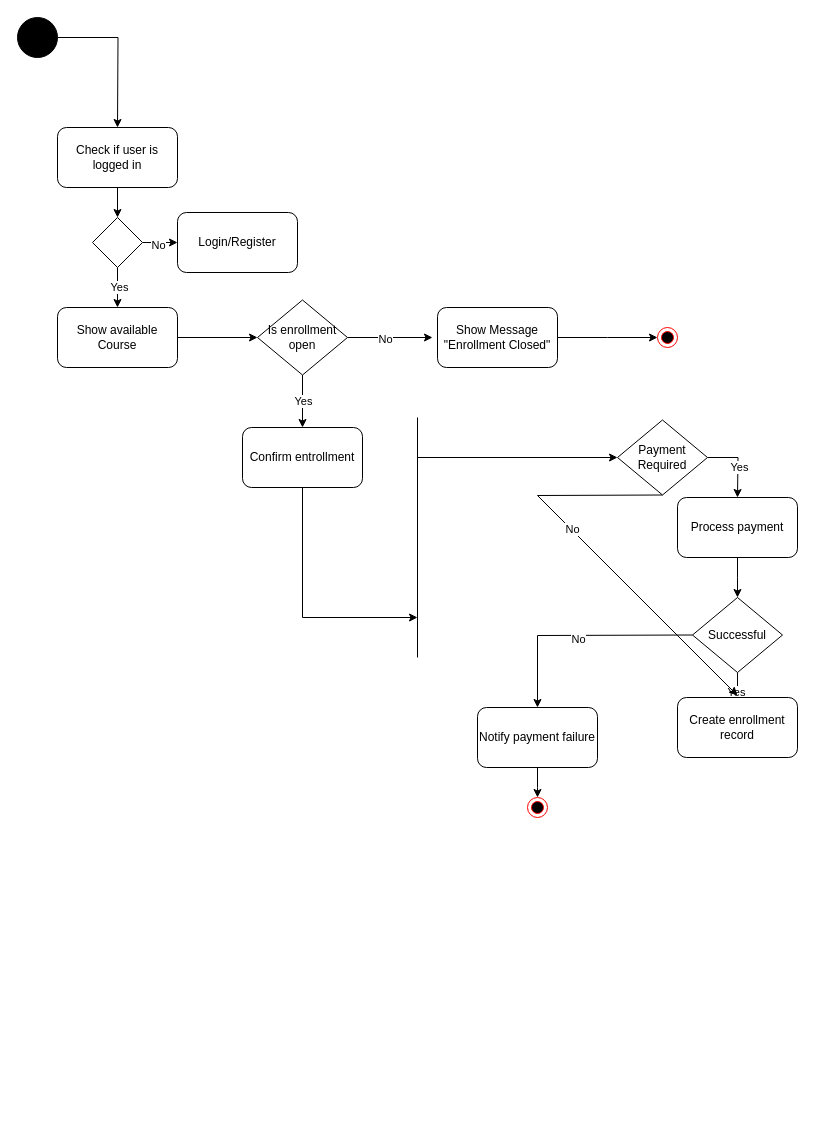
This is lab 6/Source files/Activitydiagram.drawio from Youssufathalla/Programming-2, a draw.io file, before an edit. Source tidied: cells renumbered, new cells numbered last; positions are measured from the earlier drawing's top-left corner, leaving out a move shared by most shapes. Both pictures are drawn from the tidied source at 100%, with x=0, y=0 at pixel (17, 17).
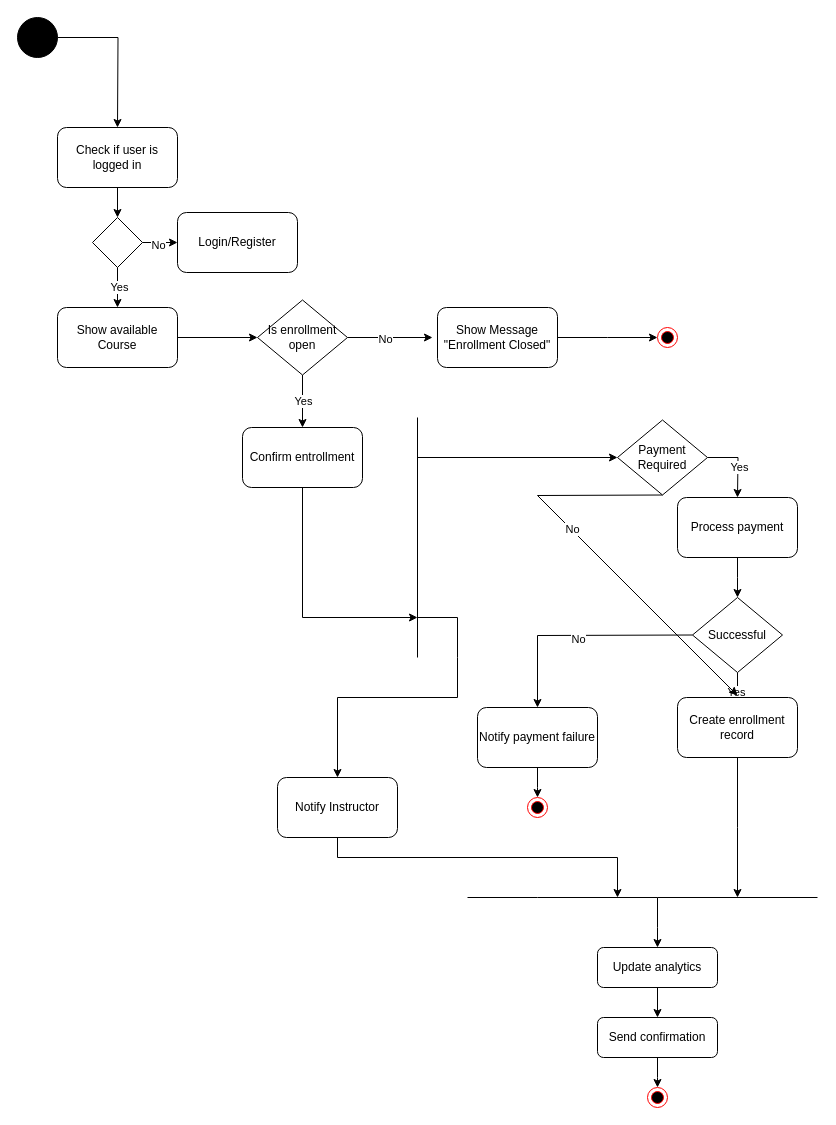
Above is the later version.

Unchanged cells that the change refers to:
```xml
<mxCell id="36" value="Create enrollment record" style="rounded=1;whiteSpace=wrap;html=1;" parent="1" vertex="1">
  <mxGeometry x="660" y="680" width="120" height="60" as="geometry" />
</mxCell>
```

The edit, as a diff of the source:
```diff
@@
+    <mxCell id="42" style="edgeStyle=orthogonalEdgeStyle;rounded=0;jettySize=auto;html=1;" parent="1" edge="1" source="36">
+      <mxGeometry relative="1" as="geometry">
+        <mxPoint x="720" y="880" as="targetPoint" />
+      </mxGeometry>
+    </mxCell>
@@
+    <mxCell id="43" style="endArrow=classic;html=1;rounded=0;" parent="1" edge="1">
+      <mxGeometry relative="1" as="geometry">
+        <mxPoint x="400" y="600" as="sourcePoint" />
+        <mxPoint x="320" y="760" as="targetPoint" />
+        <Array as="points">
+          <mxPoint x="440" y="600" />
+          <mxPoint x="440" y="640" />
+          <mxPoint x="440" y="680" />
+          <mxPoint x="320" y="680" />
+        </Array>
+      </mxGeometry>
+    </mxCell>
+    <mxCell id="44" value="Notify Instructor" style="rounded=1;whiteSpace=wrap;html=1;" parent="1" vertex="1">
+      <mxGeometry x="260" y="760" width="120" height="60" as="geometry" />
+    </mxCell>
+    <mxCell id="45" style="endArrow=classic;html=1;rounded=0;exitX=0.5;exitY=1;exitDx=0;exitDy=0;" parent="1" edge="1" source="44">
+      <mxGeometry relative="1" as="geometry">
+        <mxPoint x="600" y="880" as="targetPoint" />
+        <Array as="points">
+          <mxPoint x="320" y="840" />
+          <mxPoint x="600" y="840" />
+        </Array>
+      </mxGeometry>
+    </mxCell>
+    <mxCell id="46" style="endArrow=none;html=1;rounded=0;" parent="1" edge="1">
+      <mxGeometry relative="1" as="geometry">
+        <mxPoint x="450" y="880" as="sourcePoint" />
+        <mxPoint x="800" y="880" as="targetPoint" />
+        <Array as="points">
+          <mxPoint x="520" y="880" />
+          <mxPoint x="640" y="880" />
+        </Array>
+      </mxGeometry>
+    </mxCell>
+    <mxCell id="47" style="endArrow=classic;html=1;rounded=0;" parent="1" edge="1">
+      <mxGeometry relative="1" as="geometry">
+        <mxPoint x="640" y="880" as="sourcePoint" />
+        <mxPoint x="640" y="930" as="targetPoint" />
+        <Array as="points">
+          <mxPoint x="640" y="910" />
+        </Array>
+      </mxGeometry>
+    </mxCell>
+    <mxCell id="48" style="edgeStyle=orthogonalEdgeStyle;rounded=0;jettySize=auto;html=1;" parent="1" edge="1" source="49" target="51">
+      <mxGeometry relative="1" as="geometry" />
+    </mxCell>
+    <mxCell id="49" value="Update&amp;nbsp;analytics" style="rounded=1;whiteSpace=wrap;html=1;" parent="1" vertex="1">
+      <mxGeometry x="580" y="930" width="120" height="40" as="geometry" />
+    </mxCell>
+    <mxCell id="50" style="edgeStyle=orthogonalEdgeStyle;rounded=0;jettySize=auto;html=1;" parent="1" edge="1" source="51">
+      <mxGeometry relative="1" as="geometry">
+        <mxPoint x="640" y="1070" as="targetPoint" />
+      </mxGeometry>
+    </mxCell>
+    <mxCell id="51" value="Send confirmation" style="rounded=1;whiteSpace=wrap;html=1;" parent="1" vertex="1">
+      <mxGeometry x="580" y="1000" width="120" height="40" as="geometry" />
+    </mxCell>
+    <mxCell id="52" style="ellipse;html=1;shape=endState;fillColor=#000000;strokeColor=#ff0000;" parent="1" vertex="1">
+      <mxGeometry x="630" y="1070" width="20" height="20" as="geometry" />
+    </mxCell>
```
